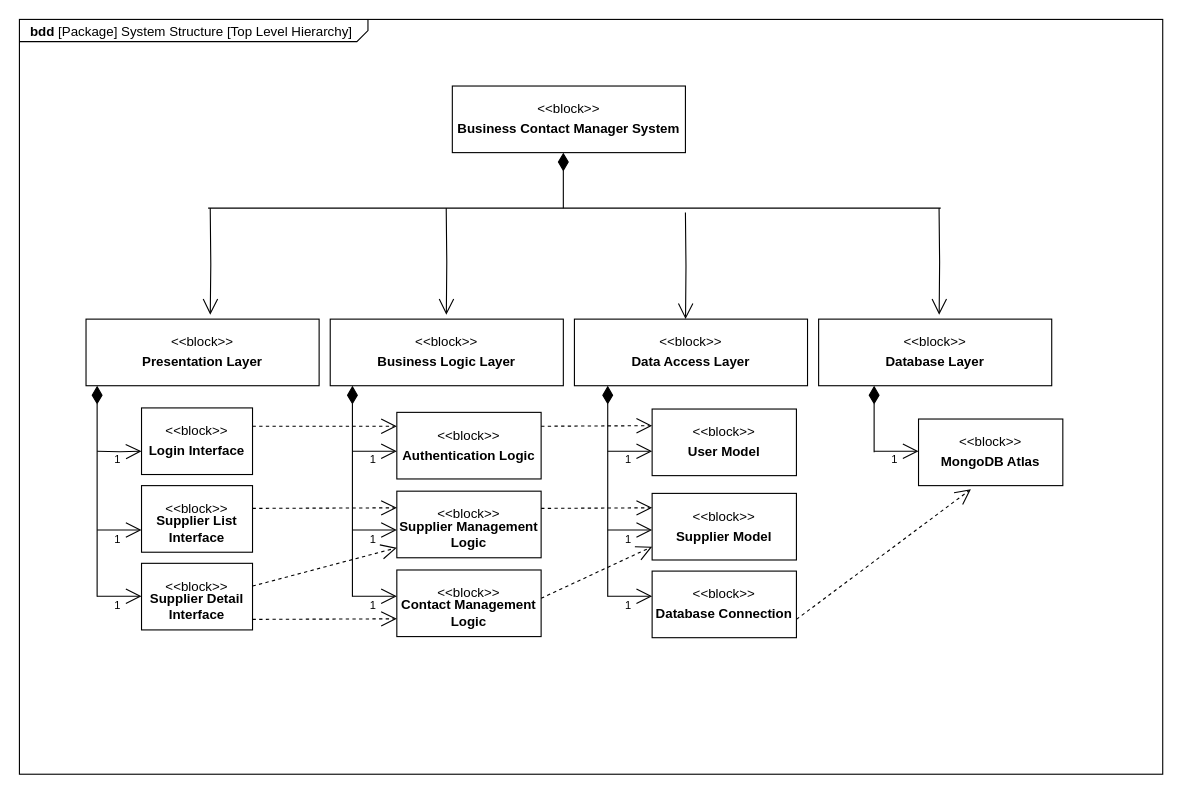
jessielu-qut/Business-Contact-Manager keeps this draw.io diagram as bdd A1 BCM.drawio. Above is the earlier version. Source tidied: cells renumbered, new cells numbered last; positions are measured from the earlier drawing's top-left corner, leaving out a move shared by most shapes. Both pictures are drawn from the tidied source at 111%, with x=0, y=0 at pixel (19, 19).
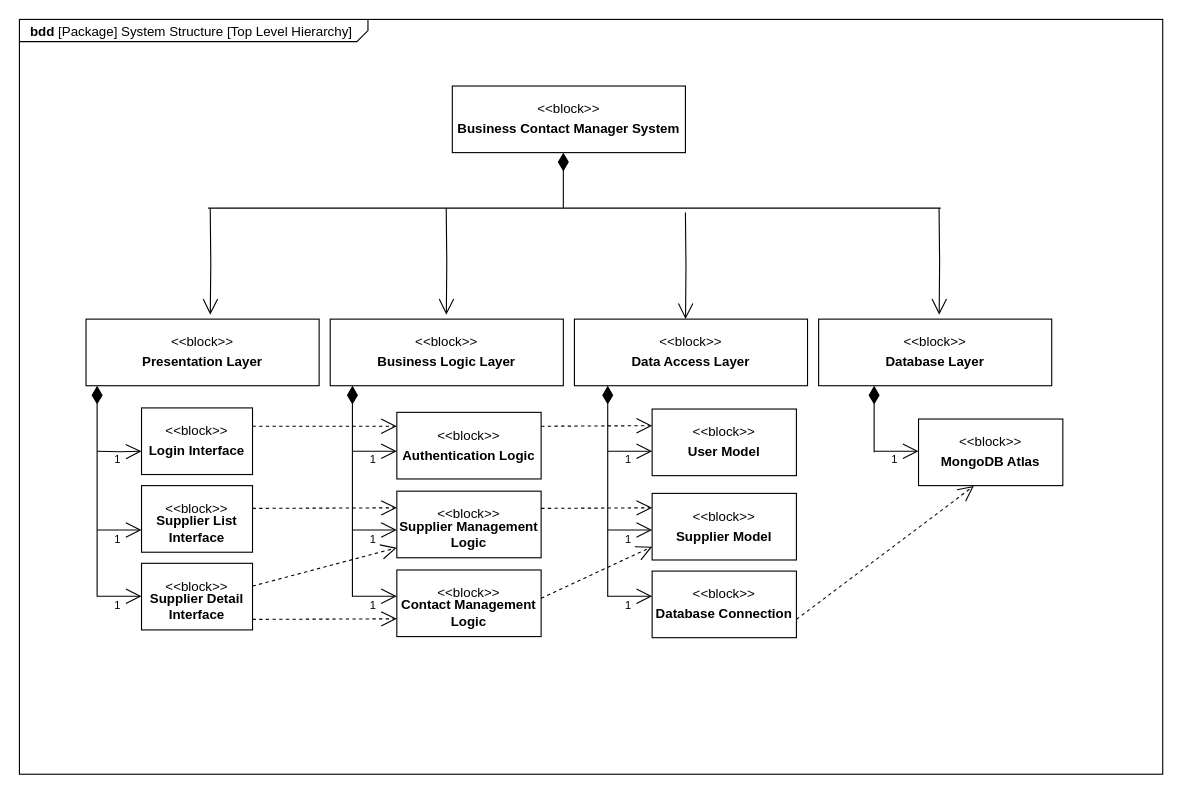
The same diagram, later.

The change refers to these unchanged cells:
```xml
<mxCell id="95" style="html=1;align=left;spacing=0;spacingLeft=10;verticalAlign=middle;strokeColor=none;fillColor=none;whiteSpace=wrap;" parent="91" vertex="1">
  <mxGeometry y="48" width="130" height="12" as="geometry" />
</mxCell>
```

Diff of the diagram source:
```diff
@@
-    <mxCell id="135" style="edgeStyle=none;html=1;endArrow=open;endSize=12;dashed=1;verticalAlign=bottom;rounded=0;entryX=0.363;entryY=1.271;entryDx=0;entryDy=0;exitX=1;exitY=0.25;exitDx=0;exitDy=0;strokeWidth=1;entryPerimeter=0;" parent="1" edge="1" target="95">
+    <mxCell id="135" style="edgeStyle=none;html=1;endArrow=open;endSize=12;dashed=1;verticalAlign=bottom;rounded=0;entryX=0.383;entryY=1.031;entryDx=0;entryDy=0;exitX=1;exitY=0.25;exitDx=0;exitDy=0;strokeWidth=1;entryPerimeter=0;" parent="1" edge="1" target="95">
       <mxGeometry relative="1" as="geometry">
         <mxPoint x="700" y="540.5" as="sourcePoint" />
       </mxGeometry>
     </mxCell>
```
